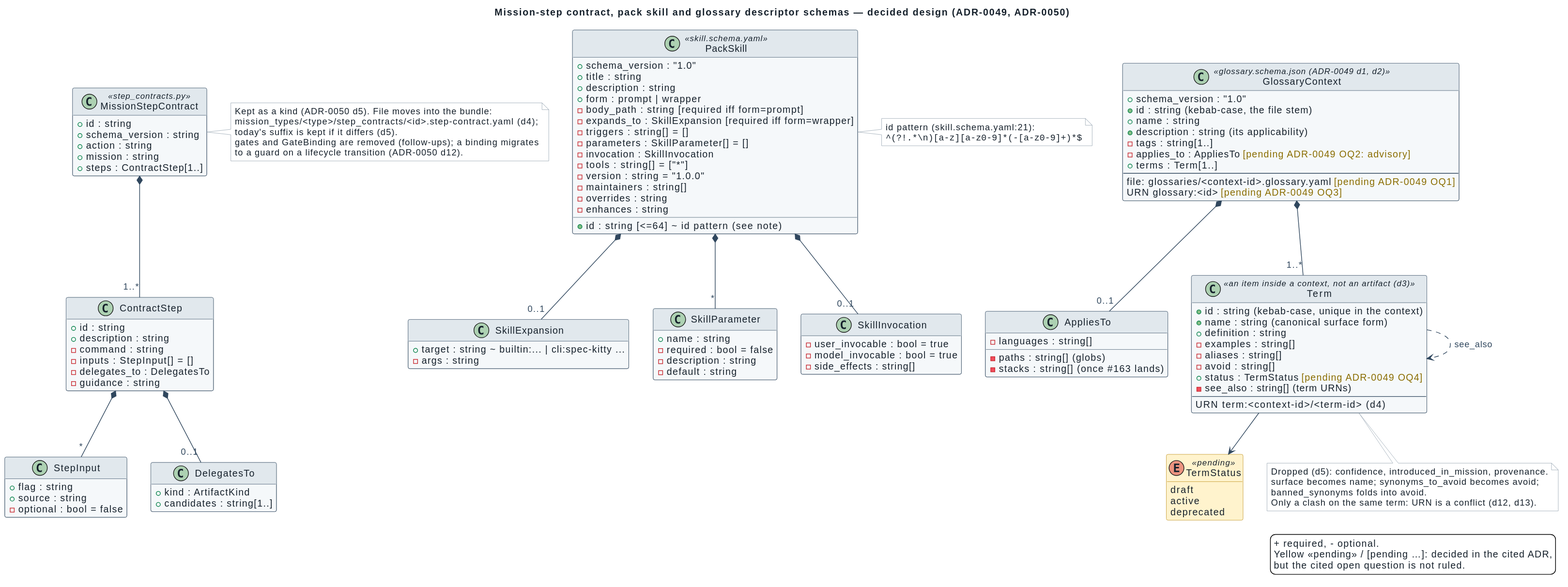
The PlantUML diagram docs/architecture/diagrams/descriptor-mission-skill-glossary.svg in spec-kitty/spec-kitty-charter, before a commit.
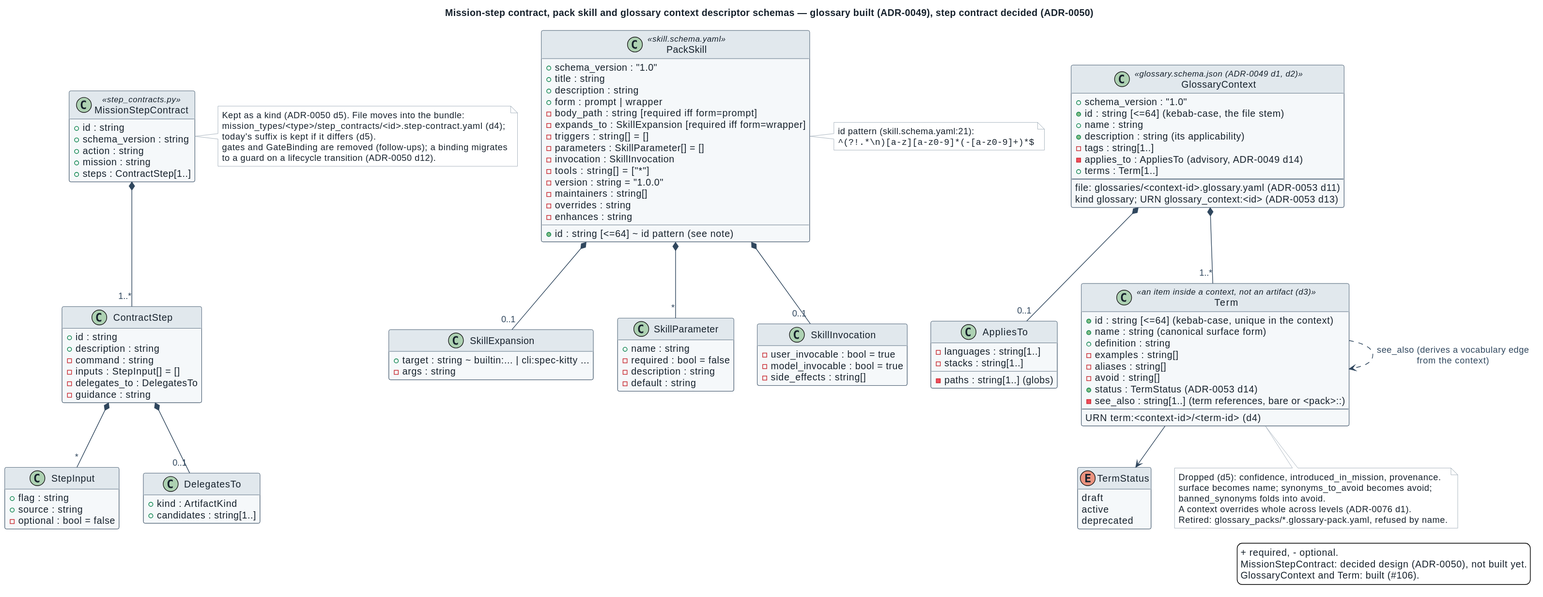
After the commit.

Commit message:
docs(glossary): architecture pages follow the built glossary kind (#106, WP08 cycle 2)

What changed in the source:
```diff
@@ -1,6 +1,6 @@
 @startuml
 !include _style.iuml
-title Mission-step contract, pack skill and glossary descriptor schemas — decided design (ADR-0049, ADR-0050)
+title Mission-step contract, pack skill and glossary context descriptor schemas — glossary built (ADR-0049), step contract decided (ADR-0050)
 
 class MissionStepContract <<step_contracts.py>> {
   + id : string
@@ -75,34 +75,34 @@
 
 class GlossaryContext <<glossary.schema.json (ADR-0049 d1, d2)>> {
   + schema_version : "1.0"
-  + id : string (kebab-case, the file stem)
+  + id : string [<=64] (kebab-case, the file stem)
   + name : string
   + description : string (its applicability)
   - tags : string[1..]
-  - applies_to : AppliesTo <color:#8A6D00>[pending ADR-0049 OQ2: advisory]</color>
+  - applies_to : AppliesTo (advisory, ADR-0049 d14)
   + terms : Term[1..]
   --
-  file: glossaries/<context-id>.glossary.yaml <color:#8A6D00>[pending ADR-0049 OQ1]</color>
-  URN glossary:<id> <color:#8A6D00>[pending ADR-0049 OQ3]</color>
+  file: glossaries/<context-id>.glossary.yaml (ADR-0053 d11)
+  kind glossary; URN glossary_context:<id> (ADR-0053 d13)
 }
 class AppliesTo {
-  - paths : string[] (globs)
-  - languages : string[]
-  - stacks : string[] (once #163 lands)
+  - paths : string[1..] (globs)
+  - languages : string[1..]
+  - stacks : string[1..]
 }
 class Term <<an item inside a context, not an artifact (d3)>> {
-  + id : string (kebab-case, unique in the context)
+  + id : string [<=64] (kebab-case, unique in the context)
   + name : string (canonical surface form)
   + definition : string
   - examples : string[]
   - aliases : string[]
   - avoid : string[]
-  + status : TermStatus <color:#8A6D00>[pending ADR-0049 OQ4]</color>
-  - see_also : string[] (term URNs)
+  + status : TermStatus (ADR-0053 d14)
+  - see_also : string[1..] (term references, bare or <pack>::)
   --
   URN term:<context-id>/<term-id> (d4)
 }
-enum TermStatus <<pending>> {
+enum TermStatus {
   draft
   active
   deprecated
@@ -110,12 +110,13 @@
 GlossaryContext *-- "1..*" Term
 GlossaryContext *-- "0..1" AppliesTo
 Term --> TermStatus
-Term ..> Term : see_also
+Term ..> Term : see_also (derives a vocabulary edge\nfrom the context)
 note bottom of Term
   Dropped (d5): confidence, introduced_in_mission, provenance.
   surface becomes name; synonyms_to_avoid becomes avoid;
   banned_synonyms folds into avoid.
-  Only a clash on the same term: URN is a conflict (d12, d13).
+  A context overrides whole across levels (ADR-0076 d1).
+  Retired: glossary_packs/*.glossary-pack.yaml, refused by name.
 end note
 note right of PackSkill
   id pattern (skill.schema.yaml:21):
@@ -123,7 +124,7 @@
 end note
 legend right
   + required, - optional.
-  Yellow <<pending>> / [pending …]: decided in the cited ADR,
-  but the cited open question is not ruled.
+  MissionStepContract: decided design (ADR-0050), not built yet.
+  GlossaryContext and Term: built (#106).
 endlegend
 @enduml
```
